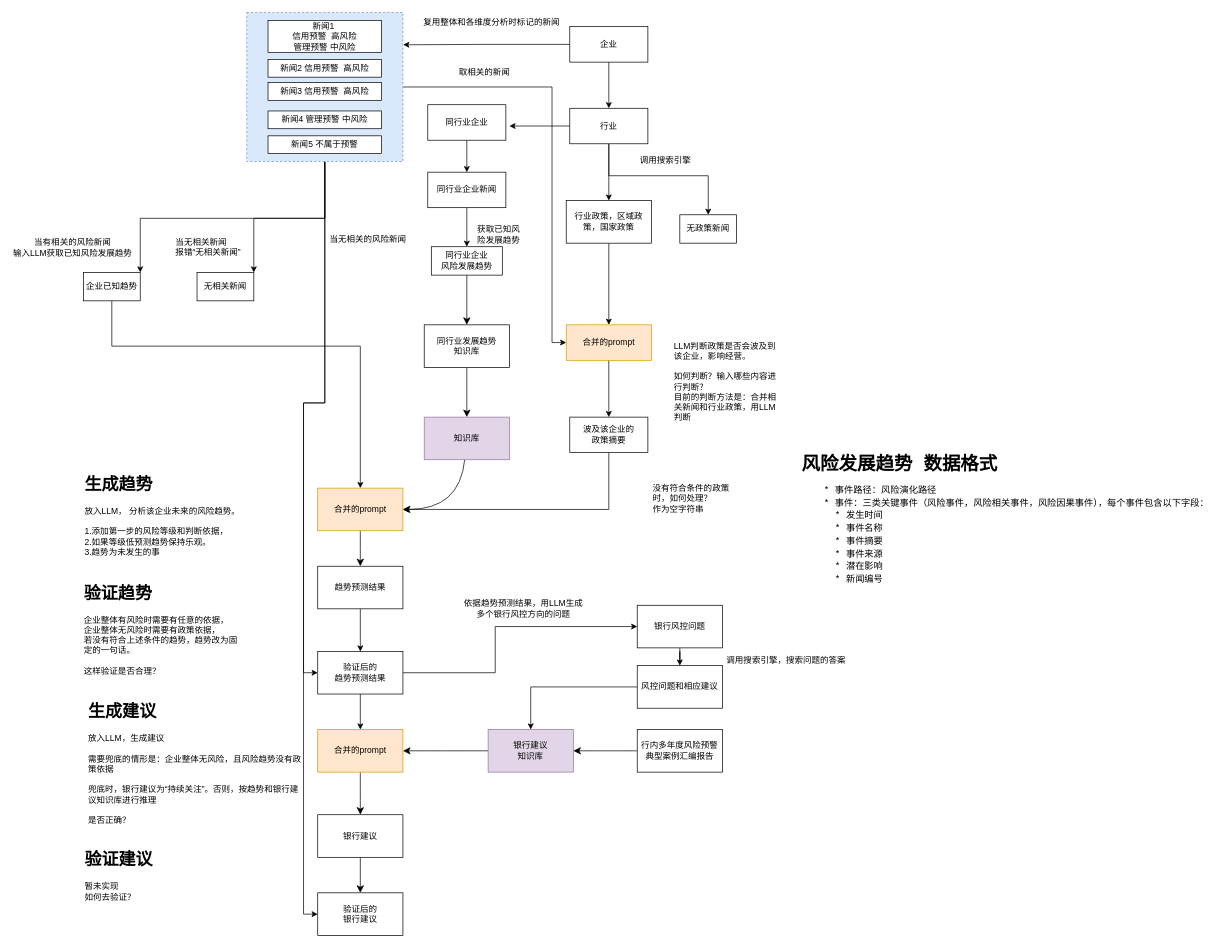
The draw.io diagram page "趋势预测" (1 of 2) of 舆情分析.drawio in brothermaster/draw, before the edit. Source tidied: cells renumbered, new cells numbered last; positions are measured from the earlier drawing's top-left corner, leaving out a move shared by most shapes. Both pictures are drawn from the tidied source at 71%, with x=0, y=0 at pixel (12, 12).
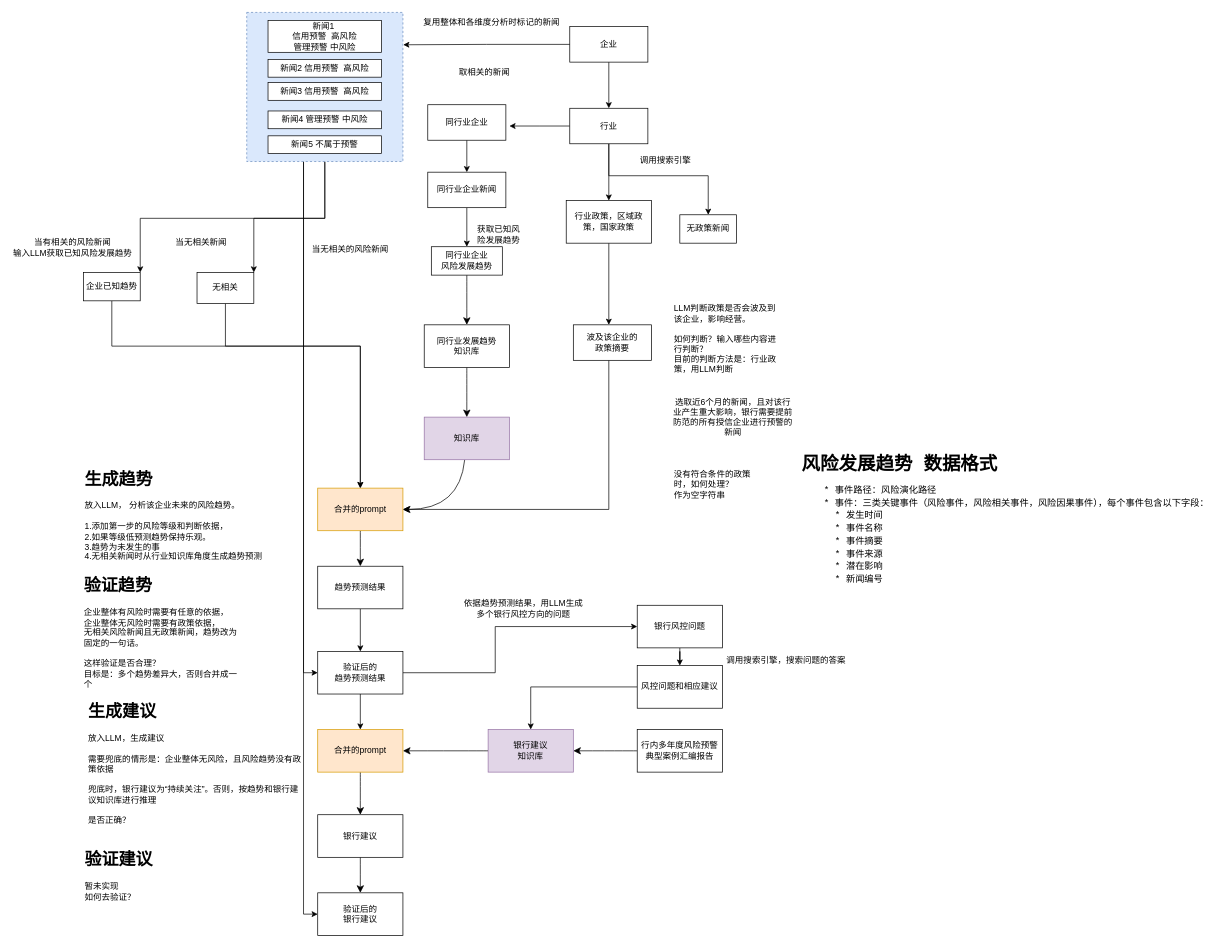
The same page after the edit.

The change refers to these unchanged cells:
```xml
<mxCell id="7" value="合并的prompt" style="rounded=0;whiteSpace=wrap;html=1;fillColor=#ffe6cc;strokeColor=#d79b00;" parent="1" vertex="1">
  <mxGeometry x="430" y="670" width="120" height="60" as="geometry" />
</mxCell>
<mxCell id="26" value="行业政策，区域政策，国家政策" style="rounded=0;whiteSpace=wrap;html=1;" parent="1" vertex="1">
  <mxGeometry x="780" y="265" width="120" height="60" as="geometry" />
</mxCell>
<mxCell id="30" value="验证后的&lt;br&gt;银行建议" style="rounded=0;whiteSpace=wrap;html=1;" parent="1" vertex="1">
  <mxGeometry x="430" y="1240" width="120" height="60" as="geometry" />
</mxCell>
<mxCell id="38" style="rounded=0;whiteSpace=wrap;html=1;dashed=1;fillColor=#dae8fc;strokeColor=#6c8ebf;" parent="1" vertex="1">
  <mxGeometry x="330" width="220" height="210" as="geometry" />
</mxCell>
<mxCell id="56" value="验证后的&lt;br&gt;趋势预测结果" style="rounded=0;whiteSpace=wrap;html=1;" parent="1" vertex="1">
  <mxGeometry x="430" y="900" width="120" height="60" as="geometry" />
</mxCell>
```

Diff of the diagram source:
```diff
@@
-    <mxCell id="8" value="&lt;div style=&quot;&quot;&gt;&lt;h1&gt;&lt;span style=&quot;background-color: transparent; color: light-dark(rgb(0, 0, 0), rgb(255, 255, 255));&quot;&gt;生成趋势&lt;/span&gt;&lt;/h1&gt;&lt;span style=&quot;background-color: transparent; color: light-dark(rgb(0, 0, 0), rgb(255, 255, 255));&quot;&gt;放入LLM， 分析该企业未来的风险趋势。&lt;/span&gt;&lt;/div&gt;&lt;br&gt;&lt;div&gt;1.添加第一步的风险等级和判断依据，&lt;/div&gt;&lt;div&gt;2.如果等级低预测趋势保持乐观。&lt;/div&gt;&lt;div&gt;&lt;span style=&quot;background-color: transparent; color: light-dark(rgb(0, 0, 0), rgb(255, 255, 255));&quot;&gt;3.趋势为未发生的事&lt;/span&gt;&lt;div&gt;&lt;span style=&quot;background-color: transparent; color: light-dark(rgb(0, 0, 0), rgb(255, 255, 255));&quot;&gt;&lt;br&gt;&lt;/span&gt;&lt;/div&gt;&lt;div&gt;&lt;br&gt;&lt;/div&gt;&lt;/div&gt;" style="text;html=1;align=left;verticalAlign=middle;whiteSpace=wrap;rounded=0;" parent="1" vertex="1">
+    <mxCell id="8" value="&lt;div style=&quot;&quot;&gt;&lt;h1&gt;&lt;span style=&quot;background-color: transparent; color: light-dark(rgb(0, 0, 0), rgb(255, 255, 255));&quot;&gt;生成趋势&lt;/span&gt;&lt;/h1&gt;&lt;span style=&quot;background-color: transparent; color: light-dark(rgb(0, 0, 0), rgb(255, 255, 255));&quot;&gt;放入LLM， 分析该企业未来的风险趋势。&lt;/span&gt;&lt;/div&gt;&lt;br&gt;&lt;div&gt;1.添加第一步的风险等级和判断依据，&lt;/div&gt;&lt;div&gt;2.如果等级低预测趋势保持乐观。&lt;/div&gt;&lt;div&gt;&lt;span style=&quot;background-color: transparent; color: light-dark(rgb(0, 0, 0), rgb(255, 255, 255));&quot;&gt;3.趋势为未发生的事&lt;/span&gt;&lt;/div&gt;&lt;div&gt;4.无相关新闻时&lt;span style=&quot;text-align: center;&quot;&gt;从行业知识库角度生成趋势预测&lt;/span&gt;&lt;br&gt;&lt;div&gt;&lt;span style=&quot;background-color: transparent; color: light-dark(rgb(0, 0, 0), rgb(255, 255, 255));&quot;&gt;&lt;br&gt;&lt;/span&gt;&lt;/div&gt;&lt;div&gt;&lt;br&gt;&lt;/div&gt;&lt;/div&gt;" style="text;html=1;align=left;verticalAlign=middle;whiteSpace=wrap;rounded=0;" parent="1" vertex="1">
       <mxGeometry x="100" y="640" width="320" height="150" as="geometry" />
     </mxCell>
@@
-    <mxCell id="25" style="edgeStyle=orthogonalEdgeStyle;rounded=0;jettySize=auto;html=1;entryX=0.5;entryY=0;entryDx=0;entryDy=0;" parent="1" edge="1" source="26" target="71">
-      <mxGeometry relative="1" as="geometry" />
+    <mxCell id="25" style="edgeStyle=orthogonalEdgeStyle;rounded=0;jettySize=auto;html=1;entryX=0.5;entryY=0;entryDx=0;entryDy=0;" parent="1" edge="1" source="26">
+      <mxGeometry relative="1" as="geometry">
+        <mxPoint x="840" y="440" as="targetPoint" />
+      </mxGeometry>
     </mxCell>
@@
-    <mxCell id="27" value="&lt;div style=&quot;&quot;&gt;&lt;h1 style=&quot;text-align: left;&quot;&gt;&lt;span style=&quot;background-color: transparent; color: light-dark(rgb(0, 0, 0), rgb(255, 255, 255));&quot;&gt;验证趋势&lt;/span&gt;&lt;/h1&gt;&lt;div style=&quot;text-align: left;&quot;&gt;&lt;span style=&quot;background-color: transparent; color: light-dark(rgb(0, 0, 0), rgb(255, 255, 255));&quot;&gt;企业整体有风险时需要有任意的依据，&lt;/span&gt;&lt;/div&gt;&lt;div style=&quot;text-align: left;&quot;&gt;&lt;span style=&quot;background-color: transparent; color: light-dark(rgb(0, 0, 0), rgb(255, 255, 255));&quot;&gt;企业整体无风险时需要有政策依据，&lt;/span&gt;&lt;/div&gt;&lt;/div&gt;&lt;div style=&quot;text-align: left;&quot;&gt;若没有符合上述条件的趋势，趋势改为&lt;span style=&quot;background-color: transparent; color: light-dark(rgb(0, 0, 0), rgb(255, 255, 255));&quot;&gt;固定的一句话。&lt;/span&gt;&lt;/div&gt;&lt;div style=&quot;text-align: left;&quot;&gt;&lt;span style=&quot;background-color: transparent; color: light-dark(rgb(0, 0, 0), rgb(255, 255, 255));&quot;&gt;&lt;br&gt;&lt;/span&gt;&lt;/div&gt;&lt;div style=&quot;text-align: left;&quot;&gt;&lt;span style=&quot;background-color: transparent; color: light-dark(rgb(0, 0, 0), rgb(255, 255, 255));&quot;&gt;这样验证是否合理？&lt;/span&gt;&lt;/div&gt;&lt;div style=&quot;text-align: left;&quot;&gt;&lt;br&gt;&lt;/div&gt;" style="text;html=1;align=center;verticalAlign=middle;whiteSpace=wrap;rounded=0;" parent="1" vertex="1">
-      <mxGeometry x="100" y="815" width="225" height="105" as="geometry" />
+    <mxCell id="27" value="&lt;div style=&quot;&quot;&gt;&lt;h1 style=&quot;text-align: left;&quot;&gt;&lt;span style=&quot;background-color: transparent; color: light-dark(rgb(0, 0, 0), rgb(255, 255, 255));&quot;&gt;验证趋势&lt;/span&gt;&lt;/h1&gt;&lt;div style=&quot;text-align: left;&quot;&gt;&lt;span style=&quot;background-color: transparent; color: light-dark(rgb(0, 0, 0), rgb(255, 255, 255));&quot;&gt;企业整体有风险时需要有任意的依据，&lt;/span&gt;&lt;/div&gt;&lt;div style=&quot;text-align: left;&quot;&gt;&lt;span style=&quot;background-color: transparent; color: light-dark(rgb(0, 0, 0), rgb(255, 255, 255));&quot;&gt;企业整体无风险时需要有政策依据，&lt;/span&gt;&lt;/div&gt;&lt;/div&gt;&lt;div style=&quot;text-align: left;&quot;&gt;无相关风险新闻且无政策新闻，趋势改为&lt;span style=&quot;background-color: transparent; color: light-dark(rgb(0, 0, 0), rgb(255, 255, 255));&quot;&gt;固定的一句话。&lt;/span&gt;&lt;/div&gt;&lt;div style=&quot;text-align: left;&quot;&gt;&lt;span style=&quot;background-color: transparent; color: light-dark(rgb(0, 0, 0), rgb(255, 255, 255));&quot;&gt;&lt;br&gt;&lt;/span&gt;&lt;/div&gt;&lt;div style=&quot;text-align: left;&quot;&gt;&lt;span style=&quot;background-color: transparent; color: light-dark(rgb(0, 0, 0), rgb(255, 255, 255));&quot;&gt;这样验证是否合理？&lt;/span&gt;&lt;/div&gt;&lt;div style=&quot;text-align: left;&quot;&gt;目标是：多个趋势差异大，否则合并成一个&lt;/div&gt;" style="text;html=1;align=center;verticalAlign=middle;whiteSpace=wrap;rounded=0;" parent="1" vertex="1">
+      <mxGeometry x="100" y="773.8" width="225" height="182.5" as="geometry" />
     </mxCell>
@@
-    <mxCell id="32" value="LLM判断政策是否会波及到该企业，影响经营。&lt;br&gt;&lt;div&gt;&lt;br&gt;&lt;/div&gt;&lt;div&gt;如何判断？输入哪些内容进行判断？&lt;/div&gt;&lt;div&gt;目前的判断方法是：合并相关新闻和行业政策，用LLM判断&lt;/div&gt;" style="text;html=1;align=left;verticalAlign=middle;whiteSpace=wrap;rounded=0;" parent="1" vertex="1">
-      <mxGeometry x="930" y="480" width="150" height="80" as="geometry" />
+    <mxCell id="32" value="LLM判断政策是否会波及到该企业，影响经营。&lt;br&gt;&lt;div&gt;&lt;br&gt;&lt;/div&gt;&lt;div&gt;如何判断？输入哪些内容进行判断？&lt;/div&gt;&lt;div&gt;目前的判断方法是：行业政策，用LLM判断&lt;/div&gt;" style="text;html=1;align=left;verticalAlign=middle;whiteSpace=wrap;rounded=0;" parent="1" vertex="1">
+      <mxGeometry x="930" y="420" width="150" height="80" as="geometry" />
     </mxCell>
-    <mxCell id="33" style="edgeStyle=orthogonalEdgeStyle;rounded=0;jettySize=auto;html=1;entryX=0;entryY=0.5;entryDx=0;entryDy=0;" parent="1" edge="1" source="38" target="71">
-      <mxGeometry relative="1" as="geometry">
-        <Array as="points">
-          <mxPoint x="760" y="105" />
-          <mxPoint x="760" y="465" />
-        </Array>
-      </mxGeometry>
-    </mxCell>
@@
     <mxCell id="36" style="edgeStyle=orthogonalEdgeStyle;rounded=0;jettySize=auto;html=1;entryX=0;entryY=0.5;entryDx=0;entryDy=0;" parent="1" edge="1" source="38" target="56">
       <mxGeometry relative="1" as="geometry">
         <Array as="points">
-          <mxPoint x="440" y="550" />
-          <mxPoint x="410" y="550" />
           <mxPoint x="410" y="930" />
         </Array>
       </mxGeometry>
     </mxCell>
     <mxCell id="37" style="edgeStyle=orthogonalEdgeStyle;rounded=0;jettySize=auto;html=1;entryX=0;entryY=0.5;entryDx=0;entryDy=0;" parent="1" edge="1" source="38" target="30">
       <mxGeometry relative="1" as="geometry">
         <Array as="points">
-          <mxPoint x="440" y="550" />
-          <mxPoint x="410" y="550" />
           <mxPoint x="410" y="1270" />
         </Array>
       </mxGeometry>
     </mxCell>
@@
+    <mxCell id="77" style="edgeStyle=orthogonalEdgeStyle;rounded=0;jettySize=auto;html=1;entryX=0.5;entryY=0;entryDx=0;entryDy=0;" parent="1" edge="1" source="57" target="7">
+      <mxGeometry relative="1" as="geometry">
+        <Array as="points">
+          <mxPoint x="300" y="470" />
+          <mxPoint x="490" y="470" />
+        </Array>
+      </mxGeometry>
+    </mxCell>
-    <mxCell id="57" value="无相关新闻" style="html=1;whiteSpace=wrap;" parent="1" vertex="1">
-      <mxGeometry x="260" y="366.2" width="80" height="40" as="geometry" />
+    <mxCell id="57" value="无相关" style="html=1;whiteSpace=wrap;" parent="1" vertex="1">
+      <mxGeometry x="260" y="366.2" width="80" height="43.8" as="geometry" />
     </mxCell>
-    <mxCell id="58" value="&lt;span style=&quot;text-align: center;&quot;&gt;当无&lt;/span&gt;&lt;span style=&quot;color: light-dark(rgb(0, 0, 0), rgb(255, 255, 255)); background-color: transparent; text-align: center;&quot;&gt;相关&lt;/span&gt;&lt;span style=&quot;color: light-dark(rgb(0, 0, 0), rgb(255, 255, 255)); background-color: transparent; text-align: center;&quot;&gt;新闻&lt;br&gt;报错“无相关新闻&lt;/span&gt;&lt;span style=&quot;color: light-dark(rgb(0, 0, 0), rgb(255, 255, 255)); background-color: transparent; text-align: center;&quot;&gt;”&lt;/span&gt;" style="text;whiteSpace=wrap;html=1;" parent="1" vertex="1">
+    <mxCell id="58" value="&lt;span style=&quot;text-align: center;&quot;&gt;当无&lt;/span&gt;&lt;span style=&quot;color: light-dark(rgb(0, 0, 0), rgb(255, 255, 255)); background-color: transparent; text-align: center;&quot;&gt;相关&lt;/span&gt;&lt;span style=&quot;color: light-dark(rgb(0, 0, 0), rgb(255, 255, 255)); background-color: transparent; text-align: center;&quot;&gt;新闻&lt;br&gt;&lt;br&gt;&lt;/span&gt;" style="text;whiteSpace=wrap;html=1;" parent="1" vertex="1">
       <mxGeometry x="227.5" y="310" width="102.5" height="40" as="geometry" />
     </mxCell>
     <mxCell id="59" value="&lt;span style=&quot;forced-color-adjust: none; color: light-dark(rgb(0, 0, 0), rgb(255, 255, 255)); font-family: Helvetica; font-size: 12px; font-style: normal; font-variant-ligatures: normal; font-variant-caps: normal; font-weight: 400; letter-spacing: normal; orphans: 2; text-indent: 0px; text-transform: none; widows: 2; word-spacing: 0px; -webkit-text-stroke-width: 0px; white-space: normal; background-color: transparent; text-decoration-thickness: initial; text-decoration-style: initial; text-decoration-color: initial; text-align: center;&quot;&gt;当无相关的风险&lt;/span&gt;&lt;span style=&quot;forced-color-adjust: none; color: light-dark(rgb(0, 0, 0), rgb(255, 255, 255)); font-family: Helvetica; font-size: 12px; font-style: normal; font-variant-ligatures: normal; font-variant-caps: normal; font-weight: 400; letter-spacing: normal; orphans: 2; text-indent: 0px; text-transform: none; widows: 2; word-spacing: 0px; -webkit-text-stroke-width: 0px; white-space: normal; background-color: transparent; text-decoration-thickness: initial; text-decoration-style: initial; text-decoration-color: initial; text-align: center;&quot;&gt;新闻&lt;/span&gt;" style="text;whiteSpace=wrap;html=1;" parent="1" vertex="1">
-      <mxGeometry x="445" y="306.2" width="135" height="60" as="geometry" />
+      <mxGeometry x="420" y="320" width="120" height="30" as="geometry" />
     </mxCell>
@@
-    <mxCell id="70" style="edgeStyle=orthogonalEdgeStyle;rounded=0;jettySize=auto;html=1;" parent="1" edge="1" source="71" target="73">
-      <mxGeometry relative="1" as="geometry" />
-    </mxCell>
-    <mxCell id="71" value="合并的prompt" style="rounded=0;whiteSpace=wrap;html=1;fillColor=#ffe6cc;strokeColor=#d79b00;" parent="1" vertex="1">
-      <mxGeometry x="780" y="440" width="120" height="50" as="geometry" />
-    </mxCell>
@@
     <mxCell id="73" value="波及该企业的&lt;br&gt;政策摘要" style="html=1;whiteSpace=wrap;" parent="1" vertex="1">
-      <mxGeometry x="785" y="570" width="110" height="50" as="geometry" />
+      <mxGeometry x="790" y="440" width="110" height="50" as="geometry" />
     </mxCell>
@@
     <mxCell id="75" value="没有符合条件的政策时，如何处理？&lt;div&gt;作为空字符串&lt;/div&gt;" style="text;html=1;align=left;verticalAlign=middle;whiteSpace=wrap;rounded=0;" parent="1" vertex="1">
-      <mxGeometry x="900" y="670" width="130" height="30" as="geometry" />
+      <mxGeometry x="930" y="650" width="130" height="30" as="geometry" />
     </mxCell>
@@
+    <mxCell id="78" value="选取近6个月的新闻，且对该行业产生重大影响，银行需要提前防范的所有授信企业进行预警的新闻" style="text;html=1;align=center;verticalAlign=middle;whiteSpace=wrap;rounded=0;" parent="1" vertex="1">
+      <mxGeometry x="930" y="550" width="170" height="40" as="geometry" />
+    </mxCell>
```
